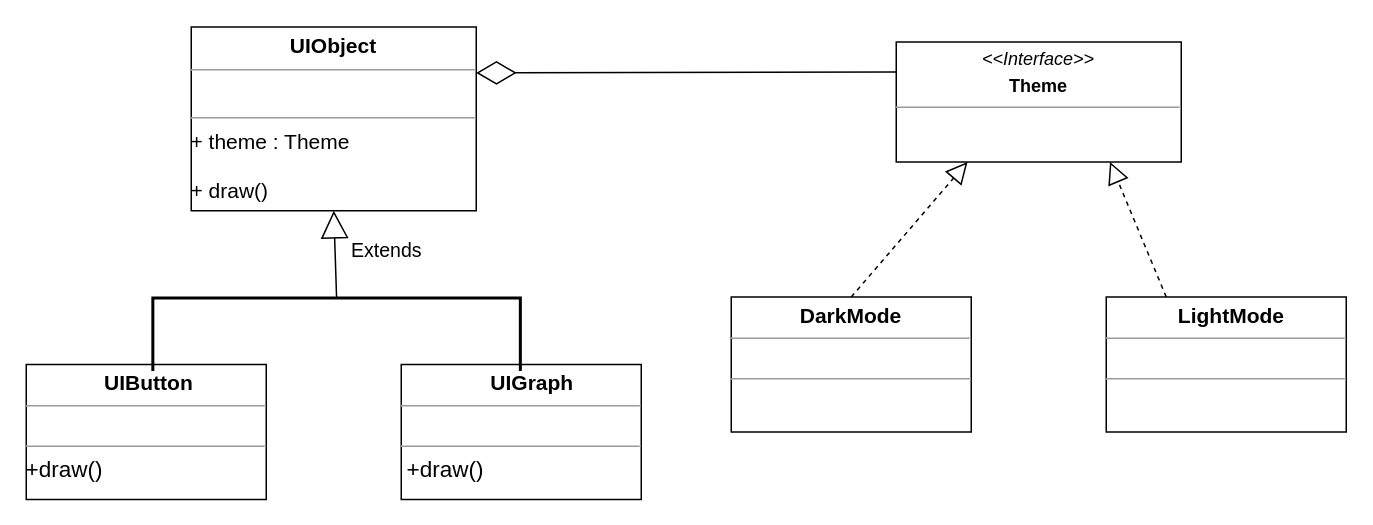
Above: structural/bridge/bridge.drawio in MaksShadows/Patterns (draw.io), before the change. Source tidied: cells renumbered, new cells numbered last; positions are measured from the earlier drawing's top-left corner, leaving out a move shared by most shapes. Both pictures are drawn from the tidied source at 150%, with x=0, y=0 at pixel (26, 27).
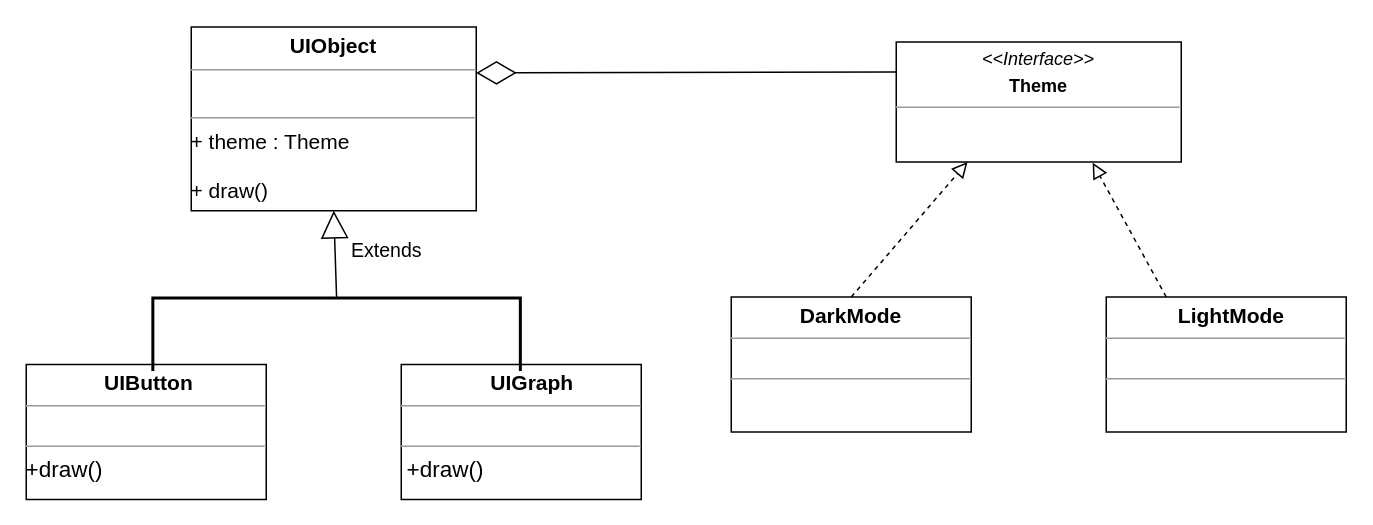
After the change.

Diff of the diagram source:
```diff
@@
 <mxGraphModel>
   <root>
     <mxCell id="0" />
     <mxCell id="1" parent="0" />
     <mxCell id="2" value="&lt;p style=&quot;margin: 0px ; margin-top: 4px ; text-align: center&quot;&gt;&lt;i&gt;&amp;lt;&amp;lt;Interface&amp;gt;&amp;gt;&lt;/i&gt;&lt;br&gt;&lt;/p&gt;&lt;p style=&quot;margin: 0px ; margin-top: 4px ; text-align: center&quot;&gt;&lt;b&gt;Theme&lt;/b&gt;&lt;br&gt;&lt;/p&gt;&lt;hr size=&quot;1&quot;&gt;&lt;p style=&quot;text-align: justify ; margin: 0px 0px 0px 4px&quot;&gt;&lt;font style=&quot;font-size: 14px&quot;&gt;&amp;nbsp;&amp;nbsp;&lt;/font&gt;&lt;/p&gt;" style="verticalAlign=top;align=left;overflow=fill;fontSize=12;fontFamily=Helvetica;html=1;" parent="1" vertex="1">
       <mxGeometry x="580" y="9.5" width="190" height="80" as="geometry" />
     </mxCell>
     <mxCell id="3" value="&lt;p style=&quot;margin: 0px ; margin-top: 4px ; text-align: center&quot;&gt;&lt;span style=&quot;font-size: 14px&quot;&gt;&lt;b&gt;DarkMode&lt;/b&gt;&lt;/span&gt;&lt;br&gt;&lt;/p&gt;&lt;hr size=&quot;1&quot;&gt;&lt;p style=&quot;margin: 0px ; margin-left: 4px&quot;&gt;&lt;br&gt;&lt;/p&gt;&lt;hr size=&quot;1&quot;&gt;&lt;p style=&quot;margin: 0px 0px 0px 4px ; font-size: 14px&quot;&gt;&lt;/p&gt;" style="verticalAlign=top;align=left;overflow=fill;fontSize=12;fontFamily=Helvetica;html=1;" parent="1" vertex="1">
       <mxGeometry x="470" y="179.5" width="160" height="90" as="geometry" />
     </mxCell>
     <mxCell id="4" value="&lt;p style=&quot;margin: 0px ; margin-top: 4px ; text-align: center&quot;&gt;&lt;b&gt;&amp;nbsp;&lt;/b&gt;&lt;b style=&quot;font-size: 14px&quot;&gt;&amp;nbsp;LightMode&lt;/b&gt;&lt;/p&gt;&lt;hr size=&quot;1&quot;&gt;&lt;p style=&quot;margin: 0px ; margin-left: 4px&quot;&gt;&lt;br&gt;&lt;/p&gt;&lt;hr size=&quot;1&quot;&gt;&lt;p style=&quot;margin: 0px ; margin-left: 4px&quot;&gt;&lt;br&gt;&lt;/p&gt;" style="verticalAlign=top;align=left;overflow=fill;fontSize=12;fontFamily=Helvetica;html=1;" parent="1" vertex="1">
       <mxGeometry x="720" y="179.5" width="160" height="90" as="geometry" />
     </mxCell>
     <mxCell id="5" value="&lt;p style=&quot;margin: 0px ; margin-top: 4px ; text-align: center&quot;&gt;&lt;span style=&quot;font-size: 14px&quot;&gt;&lt;b&gt;&amp;nbsp; UIButton&amp;nbsp;&lt;/b&gt;&lt;/span&gt;&lt;br&gt;&lt;/p&gt;&lt;hr size=&quot;1&quot;&gt;&lt;p style=&quot;margin: 0px ; margin-left: 4px&quot;&gt;&lt;br&gt;&lt;/p&gt;&lt;hr size=&quot;1&quot;&gt;&lt;font style=&quot;font-size: 15px&quot;&gt;+draw()&lt;/font&gt;&lt;br&gt;&lt;p style=&quot;margin: 0px 0px 0px 4px ; font-size: 14px&quot;&gt;&lt;/p&gt;" style="verticalAlign=top;align=left;overflow=fill;fontSize=12;fontFamily=Helvetica;html=1;" parent="1" vertex="1">
       <mxGeometry y="224.5" width="160" height="90" as="geometry" />
     </mxCell>
     <mxCell id="6" value="&lt;p style=&quot;margin: 0px ; margin-top: 4px ; text-align: center&quot;&gt;&lt;b&gt;&amp;nbsp;&lt;/b&gt;&lt;b style=&quot;font-size: 14px&quot;&gt;&amp;nbsp;&lt;/b&gt;&lt;b style=&quot;font-size: 14px&quot;&gt;&amp;nbsp; UIGraph&lt;/b&gt;&lt;/p&gt;&lt;hr size=&quot;1&quot;&gt;&lt;p style=&quot;margin: 0px ; margin-left: 4px&quot;&gt;&lt;br&gt;&lt;/p&gt;&lt;hr size=&quot;1&quot;&gt;&lt;p style=&quot;margin: 0px ; margin-left: 4px&quot;&gt;&lt;span style=&quot;font-size: 15px&quot;&gt;+draw()&lt;/span&gt;&lt;br&gt;&lt;/p&gt;" style="verticalAlign=top;align=left;overflow=fill;fontSize=12;fontFamily=Helvetica;html=1;" parent="1" vertex="1">
       <mxGeometry x="250" y="224.5" width="160" height="90" as="geometry" />
     </mxCell>
     <mxCell id="7" style="strokeWidth=2;html=1;shape=mxgraph.flowchart.annotation_1;align=left;rotation=90;" parent="1" vertex="1">
       <mxGeometry x="182.5" y="82" width="48.8" height="245" as="geometry" />
     </mxCell>
     <mxCell id="8" value="&lt;font style=&quot;font-size: 13px&quot;&gt;Extends&lt;/font&gt;" style="endArrow=block;endSize=16;endFill=0;html=1;exitX=0;exitY=0.5;exitDx=0;exitDy=0;exitPerimeter=0;entryX=0.5;entryY=1;entryDx=0;entryDy=0;" parent="1" edge="1" source="7" target="10">
       <mxGeometry x="0.06" y="-34" relative="1" as="geometry" />
     </mxCell>
     <mxCell id="9" style="endArrow=diamondThin;endFill=0;endSize=24;html=1;entryX=1;entryY=0.25;entryDx=0;entryDy=0;exitX=0;exitY=0.25;exitDx=0;exitDy=0;" parent="1" edge="1" source="2" target="10">
       <mxGeometry relative="1" as="geometry" />
     </mxCell>
     <mxCell id="10" value="&lt;p style=&quot;margin: 4px 0px 0px ; text-align: center ; font-size: 14px&quot;&gt;&lt;font style=&quot;font-size: 14px&quot;&gt;&lt;b&gt;UIObject&lt;/b&gt;&lt;br&gt;&lt;/font&gt;&lt;/p&gt;&lt;hr size=&quot;1&quot; style=&quot;font-size: 14px&quot;&gt;&lt;p style=&quot;margin: 0px 0px 0px 4px ; font-size: 14px&quot;&gt;&lt;/p&gt;&lt;font style=&quot;font-size: 14px&quot;&gt;&lt;br&gt;&lt;/font&gt;&lt;hr size=&quot;1&quot; style=&quot;font-size: 14px&quot;&gt;&lt;font style=&quot;font-size: 14px&quot;&gt;+ theme : Theme&lt;br&gt;&lt;br&gt;+ draw()&lt;/font&gt;&lt;br&gt;&lt;p style=&quot;margin: 0px 0px 0px 4px ; font-size: 14px&quot;&gt;&lt;/p&gt;" style="verticalAlign=top;align=left;overflow=fill;fontSize=12;fontFamily=Helvetica;html=1;" parent="1" vertex="1">
       <mxGeometry x="110" y="-0.5" width="190" height="122.5" as="geometry" />
     </mxCell>
-    <mxCell id="11" style="endArrow=block;dashed=1;endFill=0;endSize=12;html=1;exitX=0.5;exitY=0;exitDx=0;exitDy=0;entryX=0.25;entryY=1;entryDx=0;entryDy=0;" parent="1" edge="1" source="3" target="2">
-      <mxGeometry relative="1" as="geometry" />
-    </mxCell>
-    <mxCell id="12" style="endArrow=block;dashed=1;endFill=0;endSize=12;html=1;exitX=0.25;exitY=0;exitDx=0;exitDy=0;entryX=0.75;entryY=1;entryDx=0;entryDy=0;" parent="1" edge="1" source="4" target="2">
+    <mxCell id="12" style="endArrow=block;startArrow=none;endFill=0;startFill=0;endSize=8;html=1;verticalAlign=bottom;dashed=1;labelBackgroundColor=none;exitX=0.5;exitY=0;exitDx=0;exitDy=0;entryX=0.25;entryY=1;entryDx=0;entryDy=0;" parent="1" edge="1" source="3" target="2">
       <mxGeometry relative="1" as="geometry" />
     </mxCell>
+    <mxCell id="13" style="endArrow=block;startArrow=none;endFill=0;startFill=0;endSize=8;html=1;verticalAlign=bottom;dashed=1;labelBackgroundColor=none;exitX=0.25;exitY=0;exitDx=0;exitDy=0;entryX=0.689;entryY=1.006;entryDx=0;entryDy=0;entryPerimeter=0;" parent="1" edge="1" source="4" target="2">
+      <mxGeometry relative="1" as="geometry" />
+    </mxCell>
   </root>
 </mxGraphModel>
```
